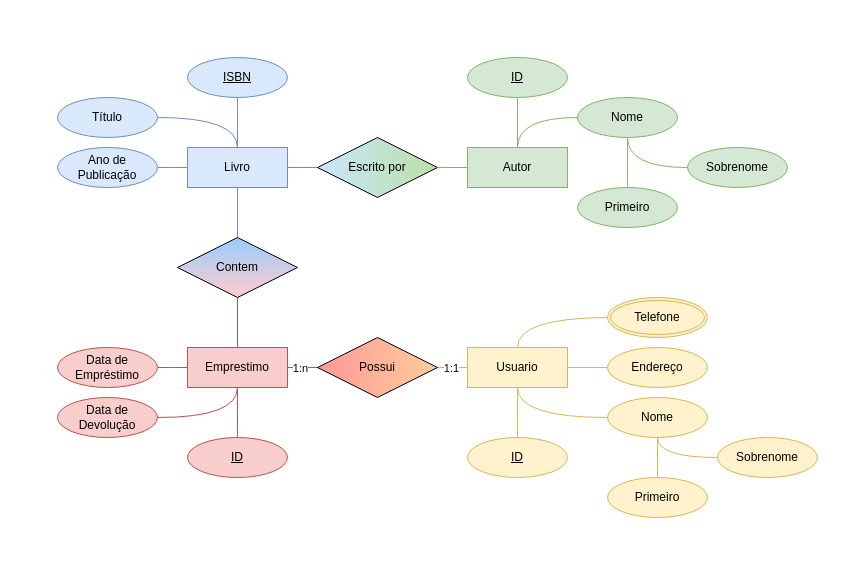
Earlier version of the draw.io diagram atv3.drawio (gv01d/BD). Source tidied: cells renumbered, new cells numbered last; positions are measured from the earlier drawing's top-left corner, leaving out a move shared by most shapes. Both pictures are drawn from the tidied source at 100%, with x=0, y=0 at pixel (57, 57).
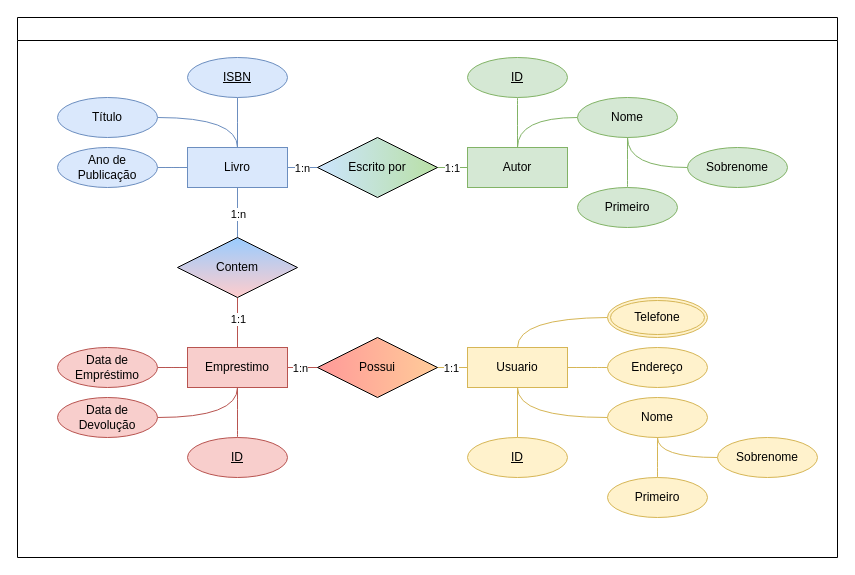
The same diagram, later.

The change refers to these unchanged cells:
```xml
<mxCell id="3" style="edgeStyle=orthogonalEdgeStyle;rounded=0;jettySize=auto;html=1;exitX=1;exitY=0.5;exitDx=0;exitDy=0;entryX=0;entryY=0.5;entryDx=0;entryDy=0;endArrow=none;endFill=0;fillColor=#dae8fc;strokeColor=#6c8ebf;" parent="1" edge="1" source="5" target="15">
  <mxGeometry relative="1" as="geometry" />
</mxCell>
<mxCell id="12" style="edgeStyle=orthogonalEdgeStyle;rounded=0;jettySize=auto;html=1;exitX=0.5;exitY=1;exitDx=0;exitDy=0;entryX=0.5;entryY=0;entryDx=0;entryDy=0;endArrow=none;endFill=0;fillColor=#f8cecc;strokeColor=#b85450;" parent="1" edge="1" source="14" target="6">
  <mxGeometry relative="1" as="geometry" />
</mxCell>
<mxCell id="13" style="edgeStyle=orthogonalEdgeStyle;rounded=0;jettySize=auto;html=1;exitX=0.5;exitY=0;exitDx=0;exitDy=0;entryX=0.5;entryY=1;entryDx=0;entryDy=0;endArrow=none;endFill=0;fillColor=#dae8fc;strokeColor=#6c8ebf;" parent="1" edge="1" source="14" target="5">
  <mxGeometry relative="1" as="geometry" />
</mxCell>
<mxCell id="16" style="edgeStyle=orthogonalEdgeStyle;rounded=0;jettySize=auto;html=1;exitX=0;exitY=0.5;exitDx=0;exitDy=0;entryX=1;entryY=0.5;entryDx=0;entryDy=0;endArrow=none;endFill=0;fillColor=#d5e8d4;strokeColor=#82b366;" parent="1" edge="1" source="17" target="15">
  <mxGeometry relative="1" as="geometry" />
</mxCell>
```

What changed in the source:
```diff
@@
+    <mxCell id="49" value="1:n" style="edgeLabel;html=1;align=center;verticalAlign=middle;" parent="3" vertex="1">
+      <mxGeometry x="-0.09" y="-3" relative="1" as="geometry">
+        <mxPoint y="-3" as="offset" />
+      </mxGeometry>
+    </mxCell>
@@
+    <mxCell id="50" value="1:1" style="edgeLabel;html=1;align=center;verticalAlign=middle;" parent="12" vertex="1">
+      <mxGeometry x="-0.16" y="-2" relative="1" as="geometry">
+        <mxPoint x="2" as="offset" />
+      </mxGeometry>
+    </mxCell>
@@
+    <mxCell id="51" value="1:n" style="edgeLabel;html=1;align=center;verticalAlign=middle;" parent="13" vertex="1">
+      <mxGeometry x="-0.04" y="2" relative="1" as="geometry">
+        <mxPoint x="2" as="offset" />
+      </mxGeometry>
+    </mxCell>
@@
-    <mxCell id="15" value="Escrito por" style="shape=rhombus;perimeter=rhombusPerimeter;whiteSpace=wrap;html=1;align=center;gradientColor=#CCE5FF;gradientDirection=west;fillColor=#B9E0A5;strokeColor=#000000;" parent="1" vertex="1">
-      <mxGeometry x="260" y="80" width="120" height="60" as="geometry" />
-    </mxCell>
@@
+    <mxCell id="52" value="1:1" style="edgeLabel;html=1;align=center;verticalAlign=middle;" parent="16" vertex="1">
+      <mxGeometry x="-0.17" relative="1" as="geometry">
+        <mxPoint x="-4" as="offset" />
+      </mxGeometry>
+    </mxCell>
@@
+    <mxCell id="53" style="swimlane;whiteSpace=wrap;html=1;" parent="1" vertex="1">
+      <mxGeometry x="-40" y="-40" width="820" height="540" as="geometry" />
+    </mxCell>
+    <mxCell id="15" value="Escrito por" style="shape=rhombus;perimeter=rhombusPerimeter;whiteSpace=wrap;html=1;align=center;gradientColor=#CCE5FF;gradientDirection=west;fillColor=#B9E0A5;strokeColor=#000000;" parent="53" vertex="1">
+      <mxGeometry x="300" y="120" width="120" height="60" as="geometry" />
+    </mxCell>
```
